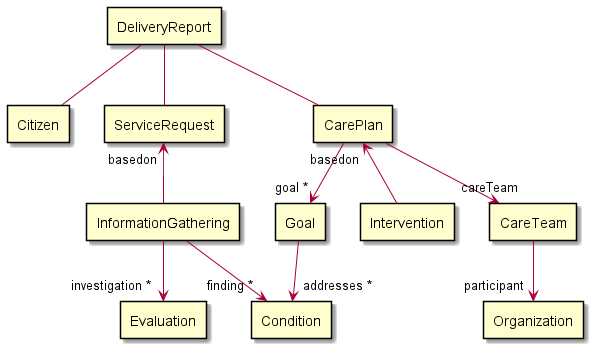
The PlantUML diagram out/input/images-sources/KLReportingFFBDeliveryReport/DeliveryReport.png in hl7dk/kl-ffb-reporting, before a commit.
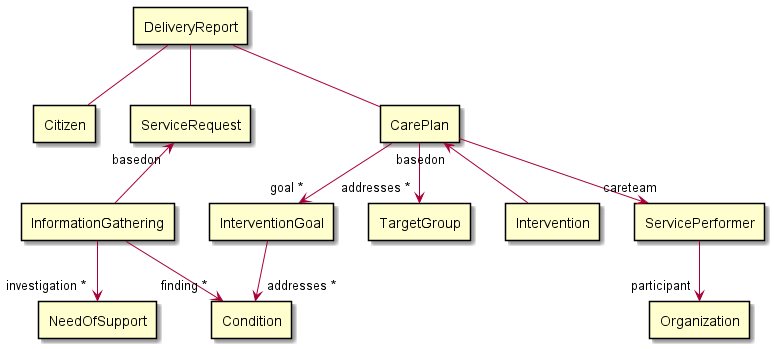
Later version of the same file.

Change to the diagram source:
```diff
@@ -5,13 +5,15 @@
 rectangle "Citizen" as citizen
 rectangle "ServiceRequest" as request
 rectangle "CarePlan" as careplan
+
 rectangle "InformationGathering" as information
+rectangle "InterventionGoal" as goal
+rectangle "TargetGroup" as targetgroup
+rectangle "Intervention" as intervention
+rectangle "ServicePerformer" as team
 
+rectangle "NeedOfSupport" as evaluation
 rectangle "Condition" as condition
-rectangle "Evaluation" as evaluation
-rectangle "Goal" as goal
-rectangle "Intervention" as intervention
-rectangle "CareTeam" as team
 rectangle "Organization" as organization
 
 report -- citizen
@@ -20,8 +22,9 @@
 
 request "basedon"<-- information
 careplan -->"goal *" goal
+careplan -->"addresses *" targetgroup
 careplan "basedon"<-- intervention
-careplan -->"careTeam" team
+careplan -->"careteam" team
 team -->"participant" organization
 
 information -->"finding *" condition
```
